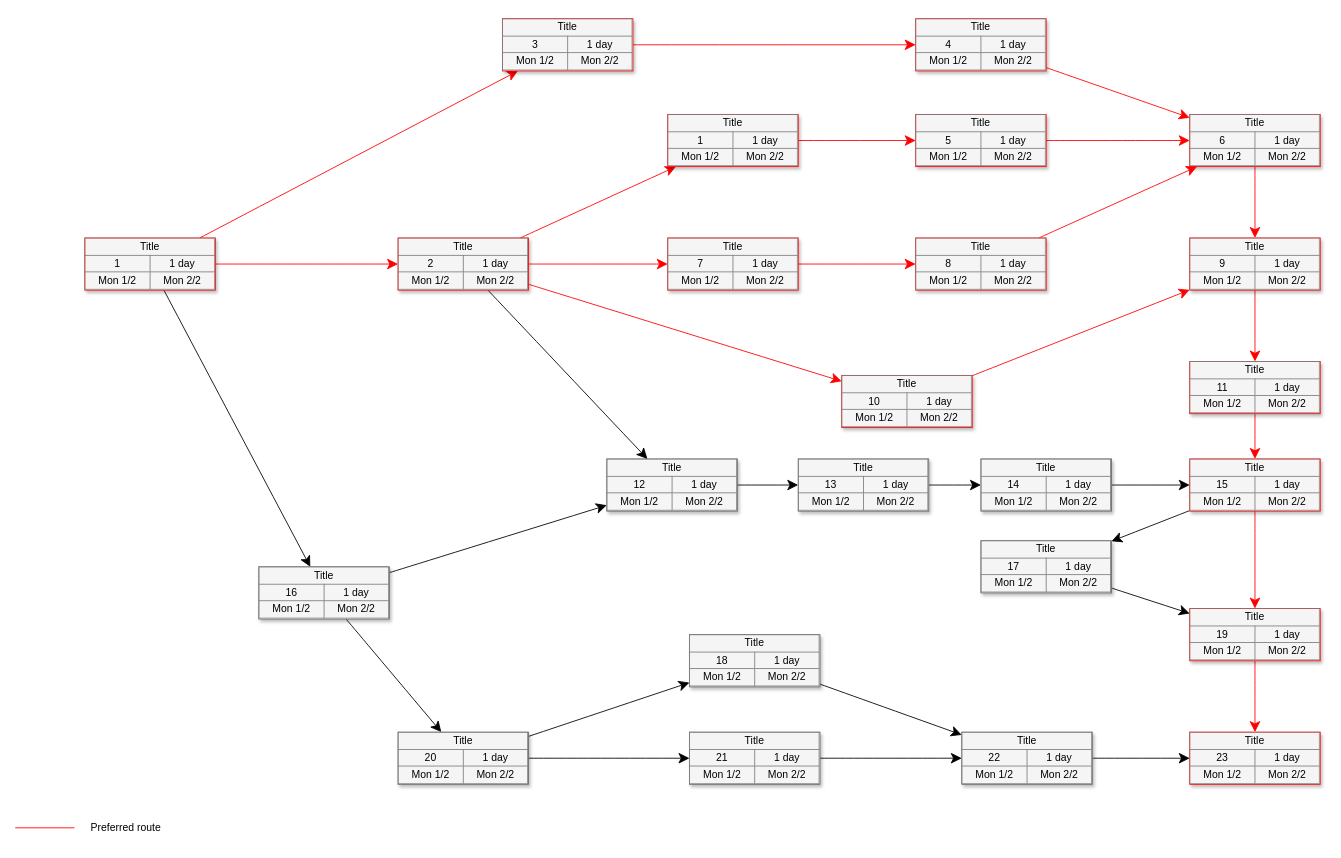
Before: 名称未設定ファイル.drawio in ELQUIA-Mainnki/Either, a draw.io diagram. Source tidied: cells renumbered, new cells numbered last; positions are measured from the earlier drawing's top-left corner, leaving out a move shared by most shapes. Both pictures are drawn from the tidied source at 87%, with x=0, y=0 at pixel (15, 18).
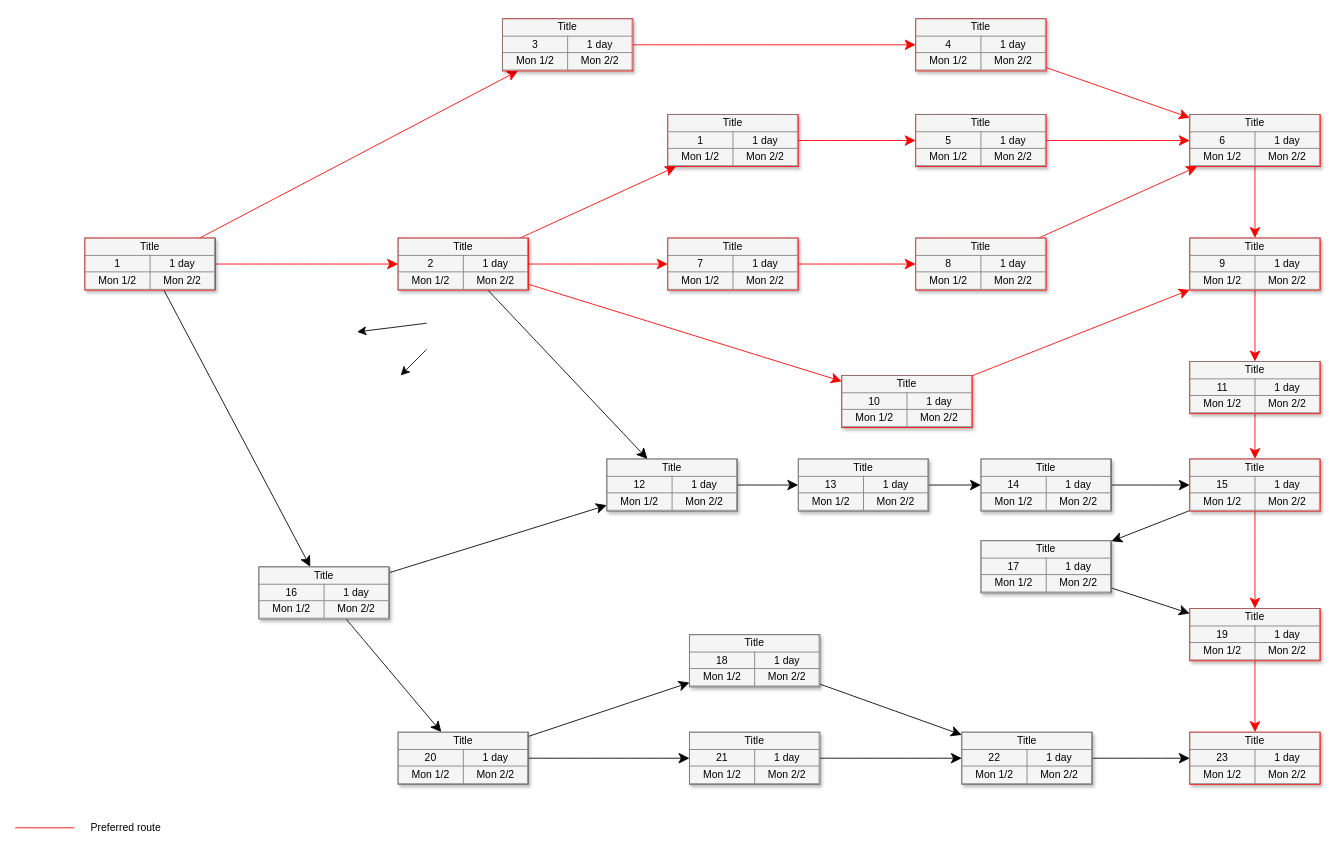
The same diagram, later.

Commit message:
名称未設定ファイル.drawio を更新します

The edit, as a diff of the source:
```diff
@@
+    <mxCell id="59" style="edgeStyle=none;curved=1;rounded=0;orthogonalLoop=1;jettySize=auto;html=1;fontSize=12;startSize=8;endSize=8;" parent="1" edge="1">
+      <mxGeometry relative="1" as="geometry">
+        <mxPoint x="473" y="380" as="sourcePoint" />
+        <mxPoint x="443" y="410" as="targetPoint" />
+      </mxGeometry>
+    </mxCell>
+    <mxCell id="60" style="edgeStyle=none;curved=1;rounded=0;orthogonalLoop=1;jettySize=auto;html=1;exitX=0;exitY=0.5;exitDx=0;exitDy=0;exitPerimeter=0;fontSize=12;startSize=8;endSize=8;" parent="1" edge="1">
+      <mxGeometry relative="1" as="geometry">
+        <mxPoint x="473" y="350" as="sourcePoint" />
+        <mxPoint x="393" y="360" as="targetPoint" />
+      </mxGeometry>
+    </mxCell>
```
